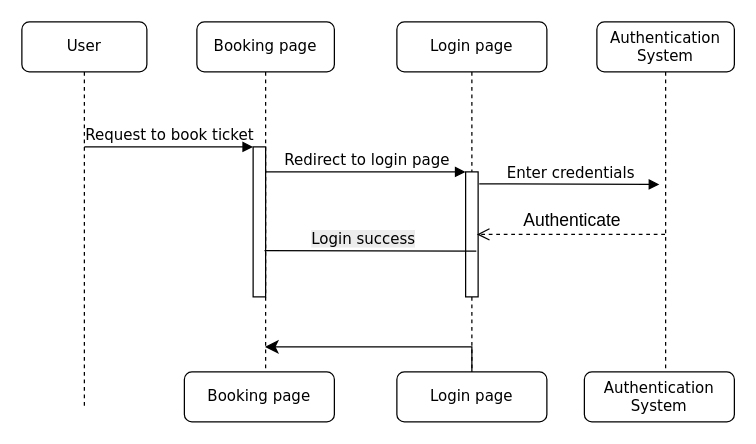
Rebeccavix/MSE800-Professional-Software-Engineering-dela-Cruz keeps this draw.io diagram as Activity-Week7/AirNZ Sequential Diagram.drawio. Above is the earlier version. Source tidied: cells renumbered, new cells numbered last; positions are measured from the earlier drawing's top-left corner, leaving out a move shared by most shapes. Both pictures are drawn from the tidied source at 125%, with x=0, y=0 at pixel (21, 21).
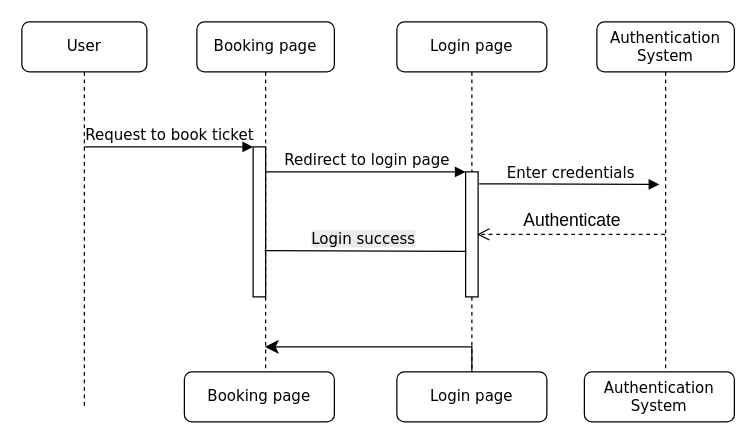
Above is the later version.

Unchanged cells that the change refers to:
```xml
<mxCell id="5" value="Login page" style="shape=umlLifeline;perimeter=lifelinePerimeter;whiteSpace=wrap;html=1;rounded=1;shadow=0;comic=0;labelBackgroundColor=none;strokeWidth=1;fontFamily=Verdana;fontSize=12;align=center;" parent="1" vertex="1">
  <mxGeometry x="300" width="120" height="310" as="geometry" />
</mxCell>
<mxCell id="6" style="html=1;points=[];perimeter=orthogonalPerimeter;rounded=0;shadow=0;comic=0;labelBackgroundColor=none;strokeWidth=1;fontFamily=Verdana;fontSize=12;align=center;" parent="5" vertex="1">
  <mxGeometry x="55" y="120" width="10" height="100" as="geometry" />
</mxCell>
```

Change to the diagram source:
```diff
@@
-    <mxCell id="7" style="endArrow=none;html=1;rounded=0;entryX=0.857;entryY=0.633;entryDx=0;entryDy=0;entryPerimeter=0;" parent="5" edge="1" target="6">
+    <mxCell id="7" style="endArrow=none;html=1;rounded=0;entryX=0.06;entryY=0.636;entryDx=0;entryDy=0;entryPerimeter=0;" parent="5" edge="1" target="6">
       <mxGeometry relative="1" as="geometry">
         <mxPoint x="-105.9" y="183" as="sourcePoint" />
       </mxGeometry>
     </mxCell>
```
